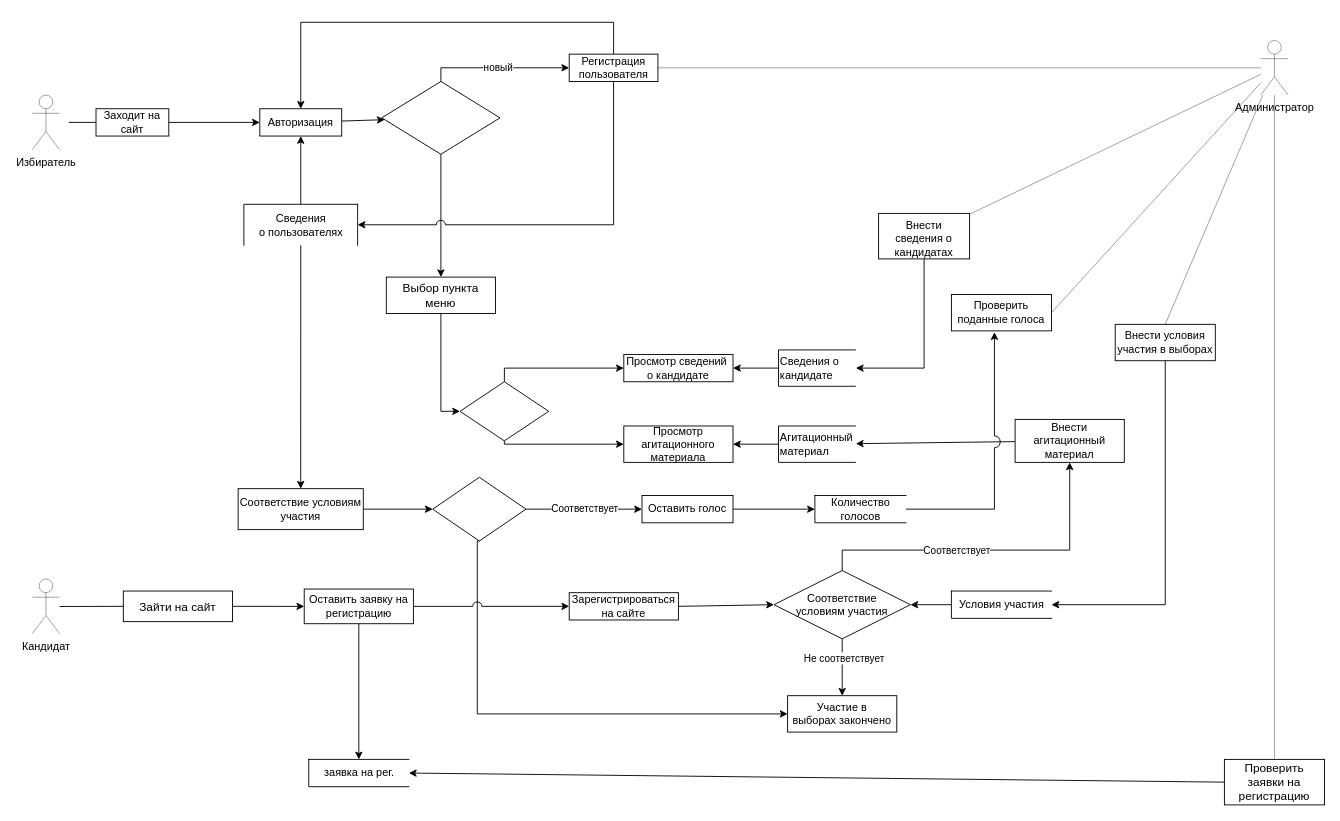
aleksey899/Inter.MixAN keeps this draw.io diagram as DFD Diagram v.2.0 .drawio. Above is the earlier version. Source tidied: cells renumbered, new cells numbered last; positions are measured from the earlier drawing's top-left corner, leaving out a move shared by most shapes. Both pictures are drawn from the tidied source at 91%, with x=0, y=0 at pixel (32, 22).
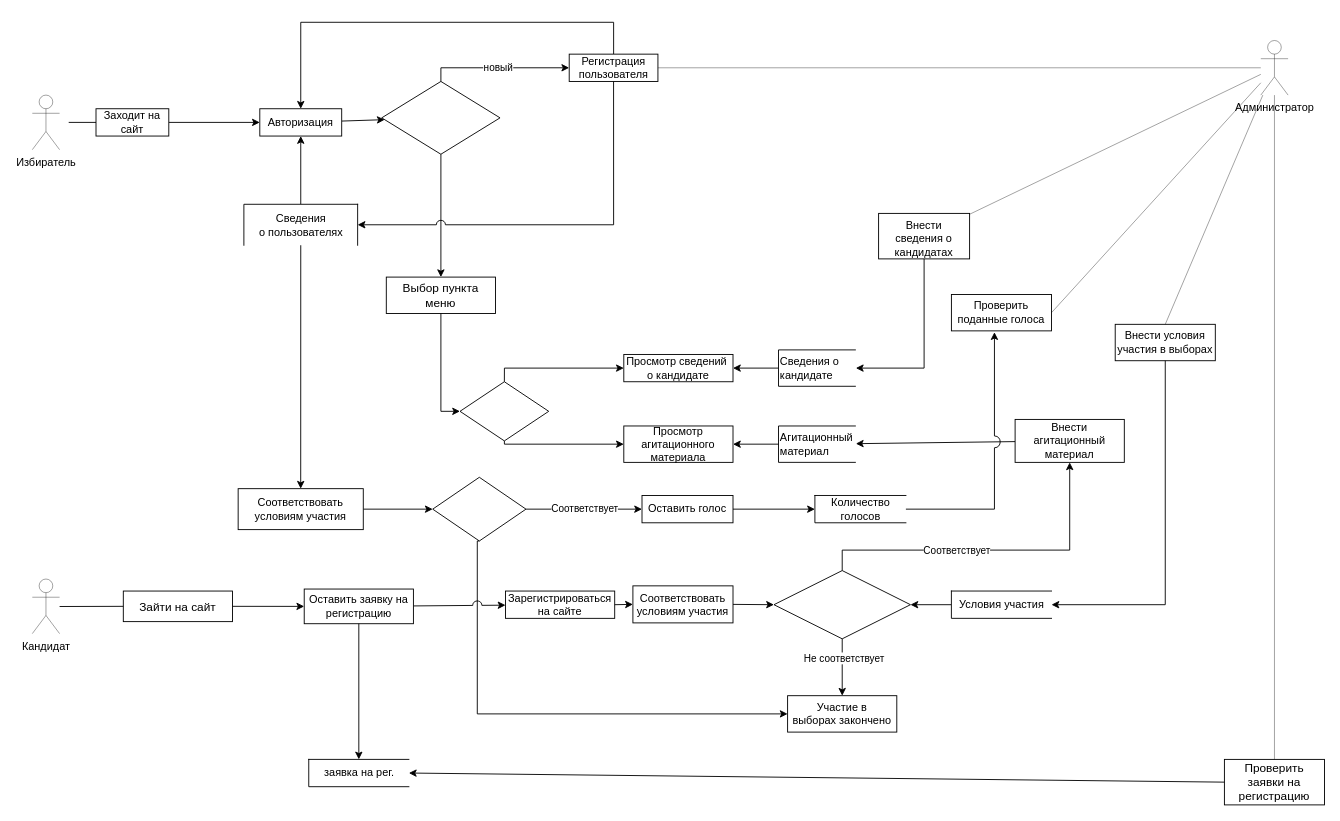
The same diagram, later.

The edit, as a diff of the source:
```diff
@@
     <mxCell id="21" value="Зарегистрироваться&lt;br&gt;&lt;font&gt;на сайте&lt;/font&gt;" style="rounded=0;whiteSpace=wrap;html=1;fontSize=12;strokeWidth=1;" parent="1" vertex="1">
-      <mxGeometry x="590" y="626.8" width="120" height="30" as="geometry" />
+      <mxGeometry x="520" y="625" width="120" height="30" as="geometry" />
     </mxCell>
-    <mxCell id="22" style="endArrow=classic;html=1;rounded=0;fontSize=12;elbow=vertical;exitX=1;exitY=0.5;exitDx=0;exitDy=0;entryX=0;entryY=0.5;entryDx=0;entryDy=0;" parent="1" edge="1" source="21" target="25">
+    <mxCell id="22" style="endArrow=classic;html=1;rounded=0;fontSize=12;elbow=vertical;exitX=1;exitY=0.5;exitDx=0;exitDy=0;entryX=0;entryY=0.5;entryDx=0;entryDy=0;" parent="1" edge="1" source="21" target="71">
       <mxGeometry relative="1" as="geometry" />
     </mxCell>
@@
-    <mxCell id="25" value="&lt;font style=&quot;font-size: 12px&quot;&gt;Соответствие&lt;font style=&quot;font-size: 12px&quot;&gt;&lt;br&gt;условиям &lt;/font&gt; &lt;font style=&quot;font-size: 12px&quot;&gt;участия&lt;/font&gt;&lt;/font&gt;" style="rhombus;whiteSpace=wrap;html=1;rounded=0;fontSize=12;strokeWidth=1;" parent="1" vertex="1">
+    <mxCell id="25" style="rhombus;whiteSpace=wrap;html=1;rounded=0;fontSize=12;strokeWidth=1;" parent="1" vertex="1">
       <mxGeometry x="815" y="602.5" width="150" height="75" as="geometry" />
     </mxCell>
@@
-    <mxCell id="69" value="Соответствие условиям участия" style="rounded=0;whiteSpace=wrap;html=1;fontSize=12;" parent="1" vertex="1">
+    <mxCell id="69" value="Соответствовать условиям участия" style="rounded=0;whiteSpace=wrap;html=1;fontSize=12;" parent="1" vertex="1">
       <mxGeometry x="226.2" y="512.5" width="137.5" height="45" as="geometry" />
     </mxCell>
@@
+    <mxCell id="71" value="Соответствовать условиям участия" style="rounded=0;whiteSpace=wrap;html=1;fontSize=12;" parent="1" vertex="1">
+      <mxGeometry x="660" y="619.3" width="110" height="40.7" as="geometry" />
+    </mxCell>
+    <mxCell id="72" style="endArrow=classic;html=1;rounded=0;entryX=0;entryY=0.5;entryDx=0;entryDy=0;exitX=1;exitY=0.5;exitDx=0;exitDy=0;" parent="1" edge="1" source="71" target="25">
+      <mxGeometry relative="1" as="geometry" />
+    </mxCell>
```
